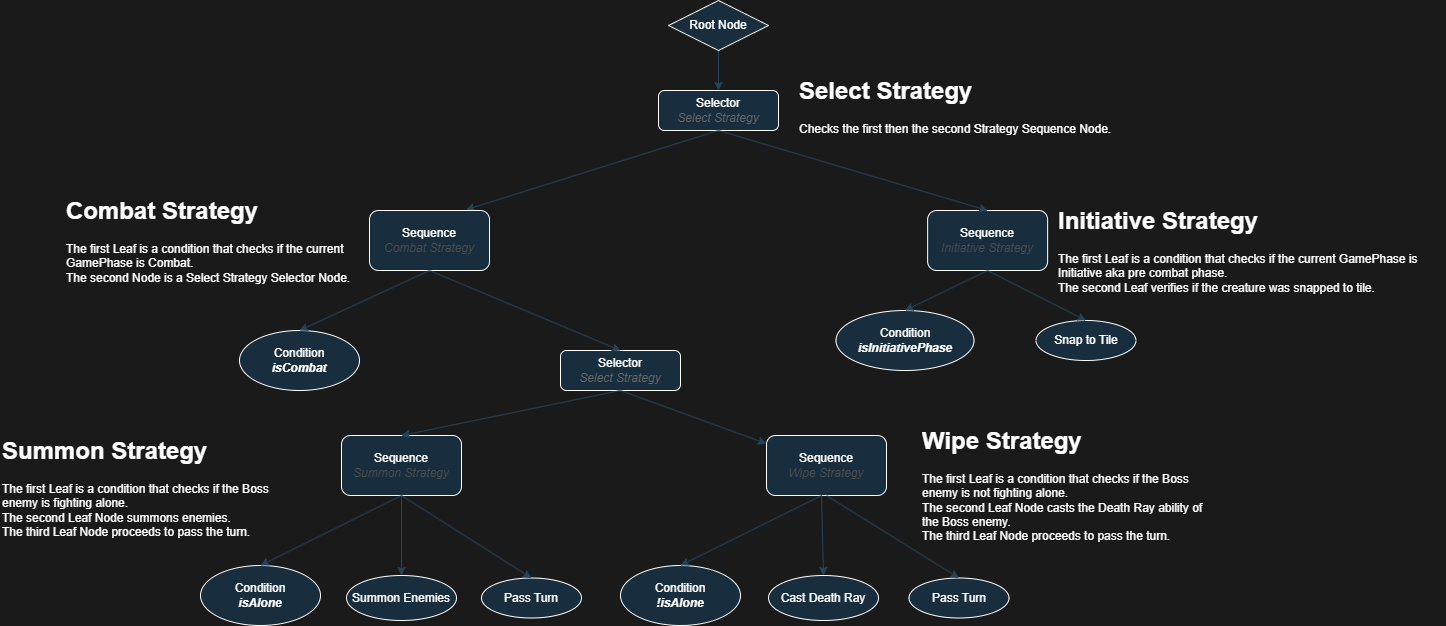
Before: BossEnemy_BT.drawio.png, a diagram exported from draw.io (Tiniky/ExitTheDungeon). Source tidied: cells renumbered, new cells last; positions are measured from the earlier drawing's top-left corner, leaving out a move shared by most shapes.
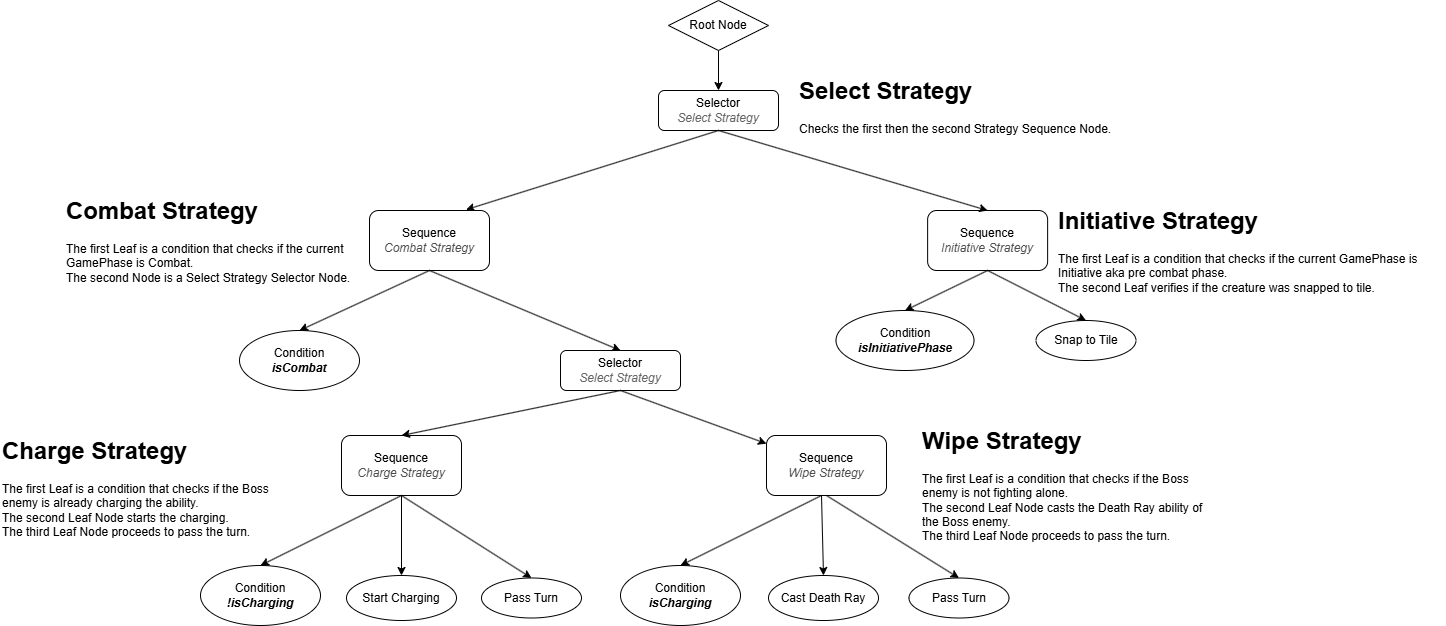
After the commit.

Diff of the diagram source:
```diff
@@ -1,121 +1,121 @@
-<mxGraphModel background="#1A1A1A">
+<mxGraphModel background="#FFFFFF">
   <root>
     <mxCell id="0" />
     <mxCell id="1" parent="0" />
-    <mxCell id="2" style="endArrow=classic;html=1;rounded=0;exitX=0.5;exitY=1;exitDx=0;exitDy=0;entryX=0.5;entryY=0;entryDx=0;entryDy=0;labelBackgroundColor=none;strokeColor=#23445D;fontColor=default;" parent="1" edge="1" source="6" target="3">
+    <mxCell id="2" style="endArrow=classic;html=1;rounded=0;exitX=0.5;exitY=1;exitDx=0;exitDy=0;entryX=0.5;entryY=0;entryDx=0;entryDy=0;labelBackgroundColor=none;fontColor=default;" parent="1" edge="1" source="6" target="3">
       <mxGeometry relative="1" as="geometry" />
     </mxCell>
-    <mxCell id="3" value="Selector&lt;div&gt;&lt;font color=&quot;#666666&quot;&gt;&lt;i&gt;Select&amp;nbsp;&lt;/i&gt;&lt;/font&gt;&lt;i style=&quot;color: rgb(102, 102, 102); background-color: initial;&quot;&gt;Strategy&lt;/i&gt;&lt;/div&gt;" style="rounded=1;whiteSpace=wrap;html=1;labelBackgroundColor=none;fillColor=#182E3E;strokeColor=#FFFFFF;fontColor=#FFFFFF;" parent="1" vertex="1">
+    <mxCell id="3" value="Selector&lt;div&gt;&lt;font color=&quot;#666666&quot;&gt;&lt;i&gt;Select&amp;nbsp;&lt;/i&gt;&lt;/font&gt;&lt;i style=&quot;color: rgb(102, 102, 102); background-color: initial;&quot;&gt;Strategy&lt;/i&gt;&lt;/div&gt;" style="rounded=1;whiteSpace=wrap;html=1;labelBackgroundColor=none;" parent="1" vertex="1">
       <mxGeometry x="658" y="90" width="120" height="40" as="geometry" />
     </mxCell>
-    <mxCell id="4" style="endArrow=classic;html=1;rounded=0;exitX=0.5;exitY=1;exitDx=0;exitDy=0;entryX=0.804;entryY=-0.013;entryDx=0;entryDy=0;entryPerimeter=0;labelBackgroundColor=none;strokeColor=#23445D;fontColor=default;" parent="1" edge="1" source="3" target="5">
+    <mxCell id="4" style="endArrow=classic;html=1;rounded=0;exitX=0.5;exitY=1;exitDx=0;exitDy=0;entryX=0.804;entryY=-0.013;entryDx=0;entryDy=0;entryPerimeter=0;labelBackgroundColor=none;fontColor=default;" parent="1" edge="1" source="3" target="5">
       <mxGeometry relative="1" as="geometry" />
     </mxCell>
-    <mxCell id="5" value="Sequence&lt;div&gt;&lt;font color=&quot;#4d4d4d&quot;&gt;&lt;i&gt;Combat Strategy&lt;/i&gt;&lt;/font&gt;&lt;/div&gt;" style="rounded=1;whiteSpace=wrap;html=1;labelBackgroundColor=none;fillColor=#182E3E;strokeColor=#FFFFFF;fontColor=#FFFFFF;" parent="1" vertex="1">
+    <mxCell id="5" value="Sequence&lt;div&gt;&lt;font color=&quot;#4d4d4d&quot;&gt;&lt;i&gt;Combat Strategy&lt;/i&gt;&lt;/font&gt;&lt;/div&gt;" style="rounded=1;whiteSpace=wrap;html=1;labelBackgroundColor=none;" parent="1" vertex="1">
       <mxGeometry x="369" y="210" width="120" height="60" as="geometry" />
     </mxCell>
-    <mxCell id="6" value="Root Node" style="rhombus;whiteSpace=wrap;html=1;labelBackgroundColor=none;fillColor=#182E3E;strokeColor=#FFFFFF;fontColor=#FFFFFF;" parent="1" vertex="1">
+    <mxCell id="6" value="Root Node" style="rhombus;whiteSpace=wrap;html=1;labelBackgroundColor=none;" parent="1" vertex="1">
       <mxGeometry x="668" width="100" height="50" as="geometry" />
     </mxCell>
-    <mxCell id="7" value="Selector&lt;div&gt;&lt;font color=&quot;#666666&quot;&gt;&lt;i&gt;Select Strategy&lt;/i&gt;&lt;/font&gt;&lt;/div&gt;" style="rounded=1;whiteSpace=wrap;html=1;labelBackgroundColor=none;fillColor=#182E3E;strokeColor=#FFFFFF;fontColor=#FFFFFF;" parent="1" vertex="1">
+    <mxCell id="7" value="Selector&lt;div&gt;&lt;font color=&quot;#666666&quot;&gt;&lt;i&gt;Select Strategy&lt;/i&gt;&lt;/font&gt;&lt;/div&gt;" style="rounded=1;whiteSpace=wrap;html=1;labelBackgroundColor=none;" parent="1" vertex="1">
       <mxGeometry x="560" y="350" width="120" height="40" as="geometry" />
     </mxCell>
-    <mxCell id="8" style="endArrow=classic;html=1;rounded=0;exitX=0.5;exitY=1;exitDx=0;exitDy=0;entryX=0.5;entryY=0;entryDx=0;entryDy=0;labelBackgroundColor=none;strokeColor=#23445D;fontColor=default;" parent="1" edge="1" source="5" target="7">
+    <mxCell id="8" style="endArrow=classic;html=1;rounded=0;exitX=0.5;exitY=1;exitDx=0;exitDy=0;entryX=0.5;entryY=0;entryDx=0;entryDy=0;labelBackgroundColor=none;fontColor=default;" parent="1" edge="1" source="5" target="7">
       <mxGeometry relative="1" as="geometry" />
     </mxCell>
-    <mxCell id="9" style="endArrow=classic;html=1;rounded=0;exitX=0.5;exitY=1;exitDx=0;exitDy=0;labelBackgroundColor=none;strokeColor=#23445D;fontColor=default;" parent="1" edge="1" source="7" target="10">
+    <mxCell id="9" style="endArrow=classic;html=1;rounded=0;exitX=0.5;exitY=1;exitDx=0;exitDy=0;labelBackgroundColor=none;fontColor=default;" parent="1" edge="1" source="7" target="10">
       <mxGeometry relative="1" as="geometry" />
     </mxCell>
-    <mxCell id="10" value="Sequence&lt;div&gt;&lt;font color=&quot;#4d4d4d&quot;&gt;&lt;i&gt;Wipe Strategy&lt;/i&gt;&lt;/font&gt;&lt;/div&gt;" style="rounded=1;whiteSpace=wrap;html=1;labelBackgroundColor=none;fillColor=#182E3E;strokeColor=#FFFFFF;fontColor=#FFFFFF;" parent="1" vertex="1">
+    <mxCell id="10" value="Sequence&lt;div&gt;&lt;font color=&quot;#4d4d4d&quot;&gt;&lt;i&gt;Wipe Strategy&lt;/i&gt;&lt;/font&gt;&lt;/div&gt;" style="rounded=1;whiteSpace=wrap;html=1;labelBackgroundColor=none;" parent="1" vertex="1">
       <mxGeometry x="766" y="435" width="120" height="60" as="geometry" />
     </mxCell>
-    <mxCell id="11" value="Condition&lt;div&gt;&lt;b&gt;&lt;i&gt;isCombat&lt;/i&gt;&lt;/b&gt;&lt;/div&gt;" style="ellipse;whiteSpace=wrap;html=1;labelBackgroundColor=none;fillColor=#182E3E;strokeColor=#FFFFFF;fontColor=#FFFFFF;" parent="1" vertex="1">
+    <mxCell id="11" value="Condition&lt;div&gt;&lt;b&gt;&lt;i&gt;isCombat&lt;/i&gt;&lt;/b&gt;&lt;/div&gt;" style="ellipse;whiteSpace=wrap;html=1;labelBackgroundColor=none;" parent="1" vertex="1">
       <mxGeometry x="239" y="330" width="120" height="60" as="geometry" />
     </mxCell>
-    <mxCell id="12" style="endArrow=classic;html=1;rounded=0;exitX=0.5;exitY=1;exitDx=0;exitDy=0;entryX=0.5;entryY=0;entryDx=0;entryDy=0;labelBackgroundColor=none;strokeColor=#23445D;fontColor=default;" parent="1" edge="1" source="5" target="11">
+    <mxCell id="12" style="endArrow=classic;html=1;rounded=0;exitX=0.5;exitY=1;exitDx=0;exitDy=0;entryX=0.5;entryY=0;entryDx=0;entryDy=0;labelBackgroundColor=none;fontColor=default;" parent="1" edge="1" source="5" target="11">
       <mxGeometry relative="1" as="geometry" />
     </mxCell>
-    <mxCell id="13" value="&lt;h1 style=&quot;margin-top: 0px;&quot;&gt;Select Strategy&lt;/h1&gt;&lt;div&gt;Checks the first then the second Strategy Sequence Node.&lt;/div&gt;" style="text;html=1;whiteSpace=wrap;overflow=hidden;rounded=0;labelBackgroundColor=none;fontColor=#FFFFFF;" parent="1" vertex="1">
+    <mxCell id="13" value="&lt;h1 style=&quot;margin-top: 0px;&quot;&gt;Select Strategy&lt;/h1&gt;&lt;div&gt;Checks the first then the second Strategy Sequence Node.&lt;/div&gt;" style="text;html=1;whiteSpace=wrap;overflow=hidden;rounded=0;labelBackgroundColor=none;" parent="1" vertex="1">
       <mxGeometry x="797" y="70" width="323" height="90" as="geometry" />
     </mxCell>
-    <mxCell id="14" value="&lt;h1 style=&quot;margin-top: 0px;&quot;&gt;Combat Strategy&lt;/h1&gt;&lt;div&gt;The first Leaf is a condition that checks if the current GamePhase is Combat.&lt;br&gt;&lt;/div&gt;&lt;div&gt;The second Node is a Select Strategy Selector Node.&lt;br&gt;&lt;/div&gt;" style="text;html=1;whiteSpace=wrap;overflow=hidden;rounded=0;labelBackgroundColor=none;fontColor=#FFFFFF;" parent="1" vertex="1">
+    <mxCell id="14" value="&lt;h1 style=&quot;margin-top: 0px;&quot;&gt;Combat Strategy&lt;/h1&gt;&lt;div&gt;The first Leaf is a condition that checks if the current GamePhase is Combat.&lt;br&gt;&lt;/div&gt;&lt;div&gt;The second Node is a Select Strategy Selector Node.&lt;br&gt;&lt;/div&gt;" style="text;html=1;whiteSpace=wrap;overflow=hidden;rounded=0;labelBackgroundColor=none;" parent="1" vertex="1">
       <mxGeometry x="64" y="190" width="295" height="100" as="geometry" />
     </mxCell>
-    <mxCell id="15" value="Sequence&lt;div&gt;&lt;font color=&quot;#4d4d4d&quot;&gt;&lt;i&gt;Initiative Strategy&lt;/i&gt;&lt;/font&gt;&lt;/div&gt;" style="rounded=1;whiteSpace=wrap;html=1;labelBackgroundColor=none;fillColor=#182E3E;strokeColor=#FFFFFF;fontColor=#FFFFFF;" parent="1" vertex="1">
+    <mxCell id="15" value="Sequence&lt;div&gt;&lt;font color=&quot;#4d4d4d&quot;&gt;&lt;i&gt;Initiative Strategy&lt;/i&gt;&lt;/font&gt;&lt;/div&gt;" style="rounded=1;whiteSpace=wrap;html=1;labelBackgroundColor=none;" parent="1" vertex="1">
       <mxGeometry x="927.1" y="210" width="120" height="60" as="geometry" />
     </mxCell>
-    <mxCell id="16" value="Condition&lt;div&gt;&lt;b&gt;&lt;i&gt;isInitiativePhase&lt;/i&gt;&lt;/b&gt;&lt;/div&gt;" style="ellipse;whiteSpace=wrap;html=1;labelBackgroundColor=none;fillColor=#182E3E;strokeColor=#FFFFFF;fontColor=#FFFFFF;" parent="1" vertex="1">
+    <mxCell id="16" value="Condition&lt;div&gt;&lt;b&gt;&lt;i&gt;isInitiativePhase&lt;/i&gt;&lt;/b&gt;&lt;/div&gt;" style="ellipse;whiteSpace=wrap;html=1;labelBackgroundColor=none;" parent="1" vertex="1">
       <mxGeometry x="835.5" y="310" width="138" height="60" as="geometry" />
     </mxCell>
-    <mxCell id="17" value="Snap to Tile" style="ellipse;whiteSpace=wrap;html=1;labelBackgroundColor=none;fillColor=#182E3E;strokeColor=#FFFFFF;fontColor=#FFFFFF;" parent="1" vertex="1">
+    <mxCell id="17" value="Snap to Tile" style="ellipse;whiteSpace=wrap;html=1;labelBackgroundColor=none;" parent="1" vertex="1">
       <mxGeometry x="1035.5" y="320" width="100" height="40" as="geometry" />
     </mxCell>
-    <mxCell id="18" style="endArrow=classic;html=1;rounded=0;exitX=0.5;exitY=1;exitDx=0;exitDy=0;entryX=0.5;entryY=0;entryDx=0;entryDy=0;labelBackgroundColor=none;strokeColor=#23445D;fontColor=default;" parent="1" edge="1" source="15" target="16">
+    <mxCell id="18" style="endArrow=classic;html=1;rounded=0;exitX=0.5;exitY=1;exitDx=0;exitDy=0;entryX=0.5;entryY=0;entryDx=0;entryDy=0;labelBackgroundColor=none;fontColor=default;" parent="1" edge="1" source="15" target="16">
       <mxGeometry relative="1" as="geometry" />
     </mxCell>
-    <mxCell id="19" style="endArrow=classic;html=1;rounded=0;exitX=0.5;exitY=1;exitDx=0;exitDy=0;entryX=0.5;entryY=0;entryDx=0;entryDy=0;labelBackgroundColor=none;strokeColor=#23445D;fontColor=default;" parent="1" edge="1" source="15" target="17">
+    <mxCell id="19" style="endArrow=classic;html=1;rounded=0;exitX=0.5;exitY=1;exitDx=0;exitDy=0;entryX=0.5;entryY=0;entryDx=0;entryDy=0;labelBackgroundColor=none;fontColor=default;" parent="1" edge="1" source="15" target="17">
       <mxGeometry relative="1" as="geometry" />
     </mxCell>
-    <mxCell id="20" style="endArrow=classic;html=1;rounded=0;exitX=0.5;exitY=1;exitDx=0;exitDy=0;entryX=0.5;entryY=0;entryDx=0;entryDy=0;labelBackgroundColor=none;strokeColor=#23445D;fontColor=default;" parent="1" edge="1" source="3" target="15">
+    <mxCell id="20" style="endArrow=classic;html=1;rounded=0;exitX=0.5;exitY=1;exitDx=0;exitDy=0;entryX=0.5;entryY=0;entryDx=0;entryDy=0;labelBackgroundColor=none;fontColor=default;" parent="1" edge="1" source="3" target="15">
       <mxGeometry relative="1" as="geometry" />
     </mxCell>
-    <mxCell id="21" value="&lt;h1 style=&quot;margin-top: 0px;&quot;&gt;Initiative Strategy&lt;/h1&gt;&lt;div&gt;The first Leaf is a condition that checks if the current GamePhase is Initiative aka pre combat phase.&lt;br&gt;&lt;/div&gt;&lt;div&gt;The second Leaf verifies if the creature was snapped to tile.&lt;/div&gt;" style="text;html=1;whiteSpace=wrap;overflow=hidden;rounded=0;labelBackgroundColor=none;fontColor=#FFFFFF;" parent="1" vertex="1">
+    <mxCell id="21" value="&lt;h1 style=&quot;margin-top: 0px;&quot;&gt;Initiative Strategy&lt;/h1&gt;&lt;div&gt;The first Leaf is a condition that checks if the current GamePhase is Initiative aka pre combat phase.&lt;br&gt;&lt;/div&gt;&lt;div&gt;The second Leaf verifies if the creature was snapped to tile.&lt;/div&gt;" style="text;html=1;whiteSpace=wrap;overflow=hidden;rounded=0;labelBackgroundColor=none;" parent="1" vertex="1">
       <mxGeometry x="1055.5" y="200" width="390" height="100" as="geometry" />
     </mxCell>
-    <mxCell id="22" value="Sequence&lt;div&gt;&lt;font color=&quot;#4d4d4d&quot;&gt;&lt;i&gt;Summon&amp;nbsp;&lt;/i&gt;&lt;/font&gt;&lt;i style=&quot;color: light-dark(rgb(77, 77, 77), rgb(77, 77, 77)); background-color: transparent;&quot;&gt;Strategy&lt;/i&gt;&lt;/div&gt;" style="rounded=1;whiteSpace=wrap;html=1;labelBackgroundColor=none;fillColor=#182E3E;strokeColor=#FFFFFF;fontColor=#FFFFFF;" parent="1" vertex="1">
+    <mxCell id="22" value="Sequence&lt;div&gt;&lt;font color=&quot;#4d4d4d&quot;&gt;&lt;i&gt;Charge&amp;nbsp;&lt;/i&gt;&lt;/font&gt;&lt;i style=&quot;color: light-dark(rgb(77, 77, 77), rgb(77, 77, 77)); background-color: transparent;&quot;&gt;Strategy&lt;/i&gt;&lt;/div&gt;" style="rounded=1;whiteSpace=wrap;html=1;labelBackgroundColor=none;" parent="1" vertex="1">
       <mxGeometry x="341" y="435" width="120" height="60" as="geometry" />
     </mxCell>
-    <mxCell id="23" style="endArrow=classic;html=1;rounded=0;entryX=0.5;entryY=0;entryDx=0;entryDy=0;exitX=0.5;exitY=1;exitDx=0;exitDy=0;labelBackgroundColor=none;strokeColor=#23445D;fontColor=default;" parent="1" edge="1" source="7" target="22">
+    <mxCell id="23" style="endArrow=classic;html=1;rounded=0;entryX=0.5;entryY=0;entryDx=0;entryDy=0;exitX=0.5;exitY=1;exitDx=0;exitDy=0;labelBackgroundColor=none;fontColor=default;" parent="1" edge="1" source="7" target="22">
       <mxGeometry relative="1" as="geometry" />
     </mxCell>
-    <mxCell id="24" value="Condition&lt;div&gt;&lt;b&gt;&lt;i&gt;isAlone&lt;/i&gt;&lt;/b&gt;&lt;/div&gt;" style="ellipse;whiteSpace=wrap;html=1;labelBackgroundColor=none;fillColor=#182E3E;strokeColor=#FFFFFF;fontColor=#FFFFFF;" parent="1" vertex="1">
+    <mxCell id="24" value="Condition&lt;div&gt;&lt;b&gt;&lt;i&gt;!isCharging&lt;/i&gt;&lt;/b&gt;&lt;/div&gt;" style="ellipse;whiteSpace=wrap;html=1;labelBackgroundColor=none;" parent="1" vertex="1">
       <mxGeometry x="200" y="565" width="120" height="60" as="geometry" />
     </mxCell>
-    <mxCell id="25" style="endArrow=classic;html=1;rounded=0;exitX=0.5;exitY=1;exitDx=0;exitDy=0;entryX=0.5;entryY=0;entryDx=0;entryDy=0;labelBackgroundColor=none;strokeColor=#23445D;fontColor=default;" parent="1" edge="1" source="22" target="24">
+    <mxCell id="25" style="endArrow=classic;html=1;rounded=0;exitX=0.5;exitY=1;exitDx=0;exitDy=0;entryX=0.5;entryY=0;entryDx=0;entryDy=0;labelBackgroundColor=none;fontColor=default;" parent="1" edge="1" source="22" target="24">
       <mxGeometry relative="1" as="geometry" />
     </mxCell>
-    <mxCell id="26" value="Pass Turn" style="ellipse;whiteSpace=wrap;html=1;labelBackgroundColor=none;fillColor=#182E3E;strokeColor=#FFFFFF;fontColor=#FFFFFF;" parent="1" vertex="1">
+    <mxCell id="26" value="Pass Turn" style="ellipse;whiteSpace=wrap;html=1;labelBackgroundColor=none;" parent="1" vertex="1">
       <mxGeometry x="481" y="577.5" width="100" height="40" as="geometry" />
     </mxCell>
-    <mxCell id="27" style="endArrow=classic;html=1;rounded=0;exitX=0.5;exitY=1;exitDx=0;exitDy=0;entryX=0.5;entryY=0;entryDx=0;entryDy=0;labelBackgroundColor=none;strokeColor=#23445D;fontColor=default;" parent="1" edge="1" target="26">
+    <mxCell id="27" style="endArrow=classic;html=1;rounded=0;exitX=0.5;exitY=1;exitDx=0;exitDy=0;entryX=0.5;entryY=0;entryDx=0;entryDy=0;labelBackgroundColor=none;fontColor=default;" parent="1" edge="1" target="26">
       <mxGeometry relative="1" as="geometry">
         <mxPoint x="401" y="495" as="sourcePoint" />
       </mxGeometry>
     </mxCell>
-    <mxCell id="28" style="endArrow=classic;html=1;rounded=0;exitX=0.5;exitY=1;exitDx=0;exitDy=0;entryX=0.5;entryY=0;entryDx=0;entryDy=0;labelBackgroundColor=none;strokeColor=#23445D;fontColor=default;" parent="1" edge="1" target="29">
+    <mxCell id="28" style="endArrow=classic;html=1;rounded=0;exitX=0.5;exitY=1;exitDx=0;exitDy=0;entryX=0.5;entryY=0;entryDx=0;entryDy=0;labelBackgroundColor=none;fontColor=default;" parent="1" edge="1" target="29">
       <mxGeometry relative="1" as="geometry">
         <mxPoint x="401" y="495" as="sourcePoint" />
       </mxGeometry>
     </mxCell>
-    <mxCell id="29" value="Summon Enemies" style="ellipse;whiteSpace=wrap;html=1;labelBackgroundColor=none;fillColor=#182E3E;strokeColor=#FFFFFF;fontColor=#FFFFFF;" parent="1" vertex="1">
+    <mxCell id="29" value="Start Charging" style="ellipse;whiteSpace=wrap;html=1;labelBackgroundColor=none;" parent="1" vertex="1">
       <mxGeometry x="346" y="575" width="110" height="45" as="geometry" />
     </mxCell>
-    <mxCell id="30" value="Condition&lt;div&gt;&lt;b&gt;&lt;i&gt;!isAlone&lt;/i&gt;&lt;/b&gt;&lt;/div&gt;" style="ellipse;whiteSpace=wrap;html=1;labelBackgroundColor=none;fillColor=#182E3E;strokeColor=#FFFFFF;fontColor=#FFFFFF;" parent="1" vertex="1">
+    <mxCell id="30" value="Condition&lt;div&gt;&lt;b&gt;&lt;i&gt;isCharging&lt;/i&gt;&lt;/b&gt;&lt;/div&gt;" style="ellipse;whiteSpace=wrap;html=1;labelBackgroundColor=none;" parent="1" vertex="1">
       <mxGeometry x="620" y="565" width="120" height="60" as="geometry" />
     </mxCell>
-    <mxCell id="31" style="endArrow=classic;html=1;rounded=0;exitX=0.5;exitY=1;exitDx=0;exitDy=0;entryX=0.5;entryY=0;entryDx=0;entryDy=0;labelBackgroundColor=none;strokeColor=#23445D;fontColor=default;" parent="1" edge="1" target="30">
+    <mxCell id="31" style="endArrow=classic;html=1;rounded=0;exitX=0.5;exitY=1;exitDx=0;exitDy=0;entryX=0.5;entryY=0;entryDx=0;entryDy=0;labelBackgroundColor=none;fontColor=default;" parent="1" edge="1" target="30">
       <mxGeometry relative="1" as="geometry">
         <mxPoint x="821" y="495" as="sourcePoint" />
       </mxGeometry>
     </mxCell>
-    <mxCell id="32" value="Pass Turn" style="ellipse;whiteSpace=wrap;html=1;labelBackgroundColor=none;fillColor=#182E3E;strokeColor=#FFFFFF;fontColor=#FFFFFF;" parent="1" vertex="1">
+    <mxCell id="32" value="Pass Turn" style="ellipse;whiteSpace=wrap;html=1;labelBackgroundColor=none;" parent="1" vertex="1">
       <mxGeometry x="908.5" y="577.5" width="100" height="40" as="geometry" />
     </mxCell>
-    <mxCell id="33" style="endArrow=classic;html=1;rounded=0;exitX=0.5;exitY=1;exitDx=0;exitDy=0;entryX=0.5;entryY=0;entryDx=0;entryDy=0;labelBackgroundColor=none;strokeColor=#23445D;fontColor=default;" parent="1" edge="1" source="10" target="32">
+    <mxCell id="33" style="endArrow=classic;html=1;rounded=0;exitX=0.5;exitY=1;exitDx=0;exitDy=0;entryX=0.5;entryY=0;entryDx=0;entryDy=0;labelBackgroundColor=none;fontColor=default;" parent="1" edge="1" source="10" target="32">
       <mxGeometry relative="1" as="geometry" />
     </mxCell>
-    <mxCell id="34" style="endArrow=classic;html=1;rounded=0;exitX=0.5;exitY=1;exitDx=0;exitDy=0;entryX=0.5;entryY=0;entryDx=0;entryDy=0;labelBackgroundColor=none;strokeColor=#23445D;fontColor=default;" parent="1" edge="1" target="35">
+    <mxCell id="34" style="endArrow=classic;html=1;rounded=0;exitX=0.5;exitY=1;exitDx=0;exitDy=0;entryX=0.5;entryY=0;entryDx=0;entryDy=0;labelBackgroundColor=none;fontColor=default;" parent="1" edge="1" target="35">
       <mxGeometry relative="1" as="geometry">
         <mxPoint x="821" y="495" as="sourcePoint" />
       </mxGeometry>
     </mxCell>
-    <mxCell id="35" value="Cast Death Ray" style="ellipse;whiteSpace=wrap;html=1;labelBackgroundColor=none;fillColor=#182E3E;strokeColor=#FFFFFF;fontColor=#FFFFFF;" parent="1" vertex="1">
+    <mxCell id="35" value="Cast Death Ray" style="ellipse;whiteSpace=wrap;html=1;labelBackgroundColor=none;" parent="1" vertex="1">
       <mxGeometry x="768" y="575" width="110" height="45" as="geometry" />
     </mxCell>
-    <mxCell id="36" value="&lt;h1 style=&quot;margin-top: 0px;&quot;&gt;Summon Strategy&lt;/h1&gt;&lt;div&gt;The first Leaf is a condition that checks if the Boss enemy is fighting alone.&lt;br&gt;&lt;/div&gt;&lt;div&gt;The second Leaf Node summons enemies.&lt;br&gt;&lt;/div&gt;&lt;div&gt;The third Leaf Node proceeds to pass the turn.&lt;/div&gt;" style="text;html=1;whiteSpace=wrap;overflow=hidden;rounded=0;labelBackgroundColor=none;fontColor=#FFFFFF;" parent="1" vertex="1">
+    <mxCell id="36" value="&lt;h1 style=&quot;margin-top: 0px;&quot;&gt;Charge Strategy&lt;/h1&gt;&lt;div&gt;The first Leaf is a condition that checks if the Boss enemy is already charging the ability.&lt;br&gt;&lt;/div&gt;&lt;div&gt;The second Leaf Node starts the charging.&lt;br&gt;&lt;/div&gt;&lt;div&gt;The third Leaf Node proceeds to pass the turn.&lt;/div&gt;" style="text;html=1;whiteSpace=wrap;overflow=hidden;rounded=0;labelBackgroundColor=none;" parent="1" vertex="1">
       <mxGeometry y="430" width="295" height="110" as="geometry" />
     </mxCell>
-    <mxCell id="37" value="&lt;h1 style=&quot;margin-top: 0px;&quot;&gt;Wipe Strategy&lt;/h1&gt;&lt;div&gt;The first Leaf is a condition that checks if the Boss enemy is not fighting alone.&lt;br&gt;&lt;/div&gt;&lt;div&gt;The second Leaf Node casts the Death Ray ability of the Boss enemy.&lt;br&gt;&lt;/div&gt;&lt;div&gt;The third Leaf Node proceeds to pass the turn.&lt;/div&gt;" style="text;html=1;whiteSpace=wrap;overflow=hidden;rounded=0;labelBackgroundColor=none;fontColor=#FFFFFF;" parent="1" vertex="1">
+    <mxCell id="37" value="&lt;h1 style=&quot;margin-top: 0px;&quot;&gt;Wipe Strategy&lt;/h1&gt;&lt;div&gt;The first Leaf is a condition that checks if the Boss enemy is not fighting alone.&lt;br&gt;&lt;/div&gt;&lt;div&gt;The second Leaf Node casts the Death Ray ability of the Boss enemy.&lt;br&gt;&lt;/div&gt;&lt;div&gt;The third Leaf Node proceeds to pass the turn.&lt;/div&gt;" style="text;html=1;whiteSpace=wrap;overflow=hidden;rounded=0;labelBackgroundColor=none;" parent="1" vertex="1">
       <mxGeometry x="920" y="420" width="295" height="120" as="geometry" />
     </mxCell>
   </root>
```
